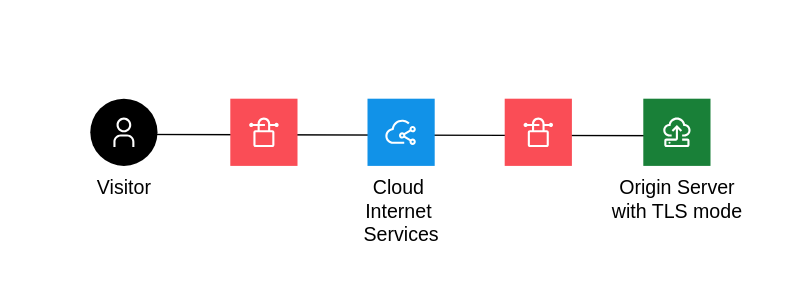
ibm-cloud-docs/cis keeps this draw.io diagram as images/end-to-end-ca-signed.svg. Above is the earlier version. Source tidied: cells renumbered, new cells last; positions are measured from the earlier drawing's top-left corner, leaving out a move shared by most shapes.
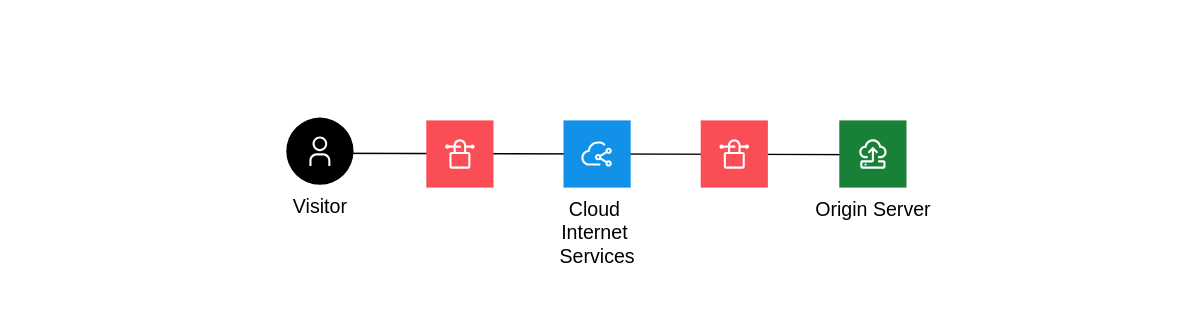
Above is the later version.

Diff of the diagram source:
```diff
@@ -2,54 +2,60 @@
   <root>
     <mxCell id="0" />
     <mxCell id="1" parent="0" />
-    <mxCell id="2" style="rounded=0;whiteSpace=wrap;html=1;fillColor=default;strokeColor=none;" parent="1" vertex="1">
-      <mxGeometry width="570" height="210" as="geometry" />
-    </mxCell>
-    <mxCell id="3" style="endArrow=none;html=1;rounded=0;" parent="1" edge="1">
-      <mxGeometry relative="1" as="geometry">
-        <mxPoint x="81" y="95.5" as="sourcePoint" />
-        <mxPoint x="491" y="96.5" as="targetPoint" />
-      </mxGeometry>
-    </mxCell>
+    <mxCell id="14" style="rounded=0;whiteSpace=wrap;html=1;fillColor=default;strokeColor=none;" parent="1" vertex="1">
+      <mxGeometry x="11" y="15.5" width="550" height="220" as="geometry" />
+    </mxCell>
+    <mxCell id="15" style="endArrow=none;html=1;rounded=0;" parent="1" edge="1">
+      <mxGeometry relative="1" as="geometry">
+        <mxPoint x="81" y="125" as="sourcePoint" />
+        <mxPoint x="491" y="126" as="targetPoint" />
+      </mxGeometry>
+    </mxCell>
     <mxCell id="4" value="Visitor" style="shape=ellipse;fillColor=#000000;labelPosition=center;verticalLabelPosition=bottom;align=center;verticalAlign=top;strokeColor=none;fontSize=14;" parent="1" vertex="1">
-      <mxGeometry x="64" y="70" width="48" height="48" as="geometry" />
+      <mxGeometry x="64" y="99.5" width="48" height="48" as="geometry" />
     </mxCell>
-    <mxCell id="5" style="fillColor=#ffffff;strokeColor=none;dashed=0;html=1;labelPosition=center;verticalLabelPosition=bottom;verticalAlign=top;shape=mxgraph.ibm_cloud.user;" parent="4" vertex="1">
-      <mxGeometry width="24" height="24" relative="1" as="geometry">
-        <mxPoint x="12" y="12" as="offset" />
-      </mxGeometry>
-    </mxCell>
+    <mxCell id="16" style="fillColor=#ffffff;strokeColor=none;dashed=0;html=1;labelPosition=center;verticalLabelPosition=bottom;verticalAlign=top;shape=mxgraph.ibm_cloud.user;" parent="4" vertex="1">
+      <mxGeometry width="24" height="24" relative="1" as="geometry">
+        <mxPoint x="12" y="12" as="offset" />
+      </mxGeometry>
+    </mxCell>
     <mxCell id="6" value="Cloud &#10;Internet &#10;Services" style="shape=rect;fillColor=#1192E8;labelPosition=center;verticalLabelPosition=bottom;align=center;verticalAlign=top;strokeColor=none;fontSize=14;" parent="1" vertex="1">
-      <mxGeometry x="262" y="70" width="48" height="48" as="geometry" />
+      <mxGeometry x="262" y="101.5" width="48" height="48" as="geometry" />
     </mxCell>
-    <mxCell id="7" style="fillColor=#ffffff;strokeColor=none;dashed=0;html=1;labelPosition=center;verticalLabelPosition=bottom;verticalAlign=top;shape=mxgraph.ibm_cloud.ibm-cloud--internet-services;" parent="6" vertex="1">
-      <mxGeometry width="24" height="24" relative="1" as="geometry">
-        <mxPoint x="12" y="12" as="offset" />
-      </mxGeometry>
-    </mxCell>
-    <mxCell id="8" style="shape=rect;fillColor=#FA4D56;labelPosition=center;verticalLabelPosition=bottom;align=center;verticalAlign=top;strokeColor=none;fontSize=14;" parent="1" vertex="1">
-      <mxGeometry x="164" y="70" width="48" height="48" as="geometry" />
-    </mxCell>
-    <mxCell id="9" style="fillColor=#ffffff;strokeColor=none;dashed=0;html=1;labelPosition=center;verticalLabelPosition=bottom;verticalAlign=top;shape=mxgraph.ibm_cloud.vpn--connection;" parent="8" vertex="1">
-      <mxGeometry width="24" height="24" relative="1" as="geometry">
-        <mxPoint x="12" y="12" as="offset" />
-      </mxGeometry>
-    </mxCell>
-    <mxCell id="10" style="shape=rect;fillColor=#FA4D56;labelPosition=center;verticalLabelPosition=bottom;align=center;verticalAlign=top;strokeColor=none;fontSize=14;" parent="1" vertex="1">
-      <mxGeometry x="360" y="70" width="48" height="48" as="geometry" />
-    </mxCell>
-    <mxCell id="11" style="fillColor=#ffffff;strokeColor=none;dashed=0;html=1;labelPosition=center;verticalLabelPosition=bottom;verticalAlign=top;shape=mxgraph.ibm_cloud.vpn--connection;" parent="10" vertex="1">
-      <mxGeometry width="24" height="24" relative="1" as="geometry">
-        <mxPoint x="12" y="12" as="offset" />
-      </mxGeometry>
-    </mxCell>
-    <mxCell id="12" value="Origin Server&#10;with TLS mode" style="shape=rect;fillColor=#198038;labelPosition=center;verticalLabelPosition=bottom;align=center;verticalAlign=top;strokeColor=none;fontSize=14;" parent="1" vertex="1">
-      <mxGeometry x="459" y="70" width="48" height="48" as="geometry" />
-    </mxCell>
-    <mxCell id="13" style="fillColor=#ffffff;strokeColor=none;dashed=0;html=1;labelPosition=center;verticalLabelPosition=bottom;verticalAlign=top;shape=mxgraph.ibm_cloud.ibm-cloud--virtual-server-classic;" parent="12" vertex="1">
-      <mxGeometry width="24" height="24" relative="1" as="geometry">
-        <mxPoint x="12" y="12" as="offset" />
-      </mxGeometry>
-    </mxCell>
+    <mxCell id="17" style="fillColor=#ffffff;strokeColor=none;dashed=0;html=1;labelPosition=center;verticalLabelPosition=bottom;verticalAlign=top;shape=mxgraph.ibm_cloud.ibm-cloud--internet-services;" parent="6" vertex="1">
+      <mxGeometry width="24" height="24" relative="1" as="geometry">
+        <mxPoint x="12" y="12" as="offset" />
+      </mxGeometry>
+    </mxCell>
+    <mxCell id="18" style="shape=rect;fillColor=#FA4D56;labelPosition=center;verticalLabelPosition=bottom;align=center;verticalAlign=top;strokeColor=none;fontSize=14;" parent="1" vertex="1">
+      <mxGeometry x="164" y="101.5" width="48" height="48" as="geometry" />
+    </mxCell>
+    <mxCell id="19" style="fillColor=#ffffff;strokeColor=none;dashed=0;html=1;labelPosition=center;verticalLabelPosition=bottom;verticalAlign=top;shape=mxgraph.ibm_cloud.vpn--connection;" parent="18" vertex="1">
+      <mxGeometry width="24" height="24" relative="1" as="geometry">
+        <mxPoint x="12" y="12" as="offset" />
+      </mxGeometry>
+    </mxCell>
+    <mxCell id="20" style="shape=rect;fillColor=#FA4D56;labelPosition=center;verticalLabelPosition=bottom;align=center;verticalAlign=top;strokeColor=none;fontSize=14;" parent="1" vertex="1">
+      <mxGeometry x="360" y="101.5" width="48" height="48" as="geometry" />
+    </mxCell>
+    <mxCell id="21" style="fillColor=#ffffff;strokeColor=none;dashed=0;html=1;labelPosition=center;verticalLabelPosition=bottom;verticalAlign=top;shape=mxgraph.ibm_cloud.vpn--connection;" parent="20" vertex="1">
+      <mxGeometry width="24" height="24" relative="1" as="geometry">
+        <mxPoint x="12" y="12" as="offset" />
+      </mxGeometry>
+    </mxCell>
+    <mxCell id="22" value="Origin Server&#10;" style="shape=rect;fillColor=#198038;labelPosition=center;verticalLabelPosition=bottom;align=center;verticalAlign=top;strokeColor=none;fontSize=14;" parent="1" vertex="1">
+      <mxGeometry x="459" y="101.5" width="48" height="48" as="geometry" />
+    </mxCell>
+    <mxCell id="23" style="fillColor=#ffffff;strokeColor=none;dashed=0;html=1;labelPosition=center;verticalLabelPosition=bottom;verticalAlign=top;shape=mxgraph.ibm_cloud.ibm-cloud--virtual-server-classic;" parent="22" vertex="1">
+      <mxGeometry width="24" height="24" relative="1" as="geometry">
+        <mxPoint x="12" y="12" as="offset" />
+      </mxGeometry>
+    </mxCell>
+    <mxCell id="24" style="rounded=0;whiteSpace=wrap;html=1;fillColor=default;strokeColor=none;" parent="1" vertex="1">
+      <mxGeometry x="-140" y="15.5" width="150" height="224.5" as="geometry" />
+    </mxCell>
+    <mxCell id="25" style="rounded=0;whiteSpace=wrap;html=1;fillColor=default;strokeColor=none;" parent="1" vertex="1">
+      <mxGeometry x="561" y="15.5" width="149" height="224.5" as="geometry" />
+    </mxCell>
   </root>
 </mxGraphModel>
```
